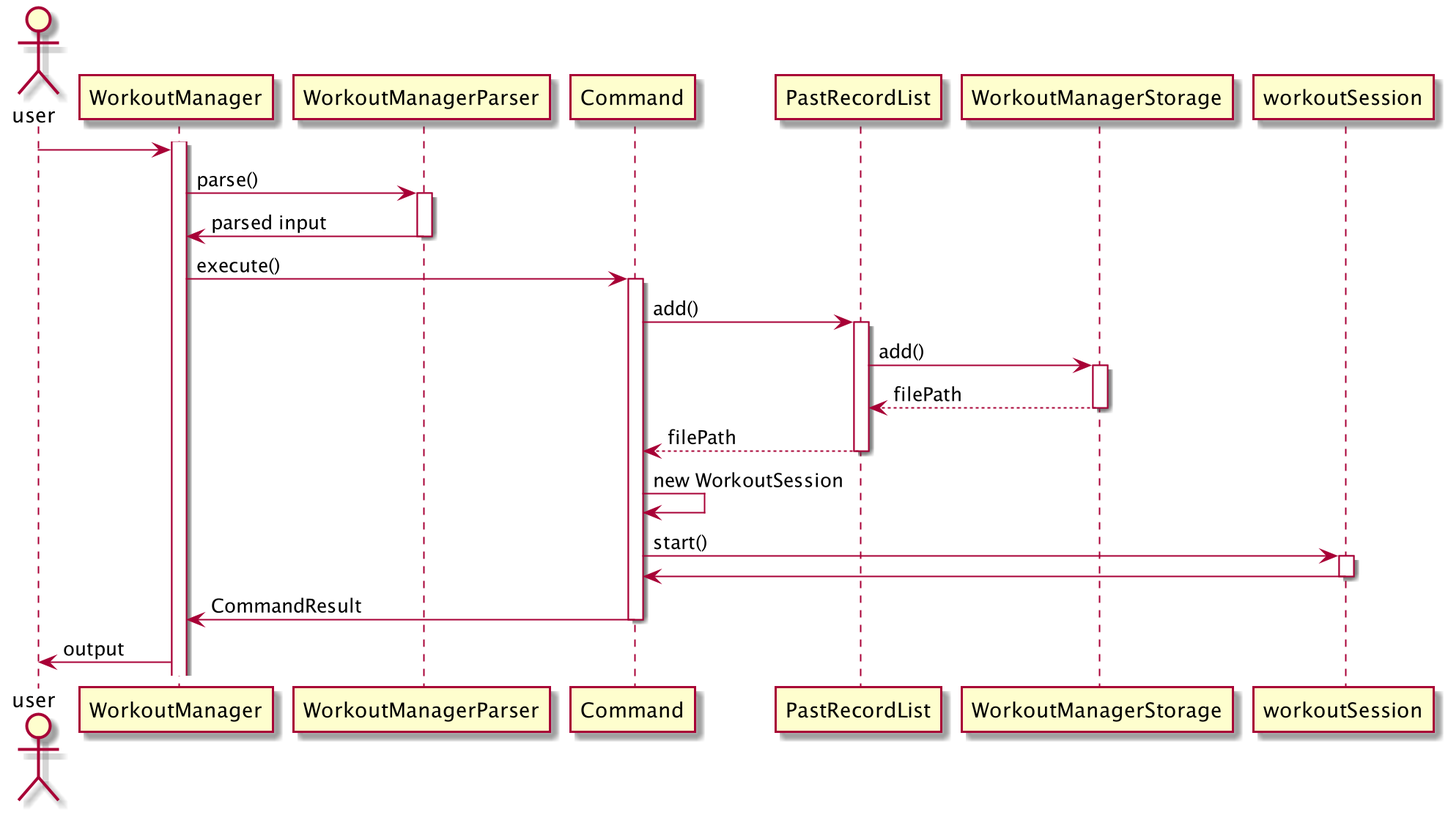
Before: docs/pictures/zesong/NewWS.png, a diagram exported from PlantUML (zsk612/tp).
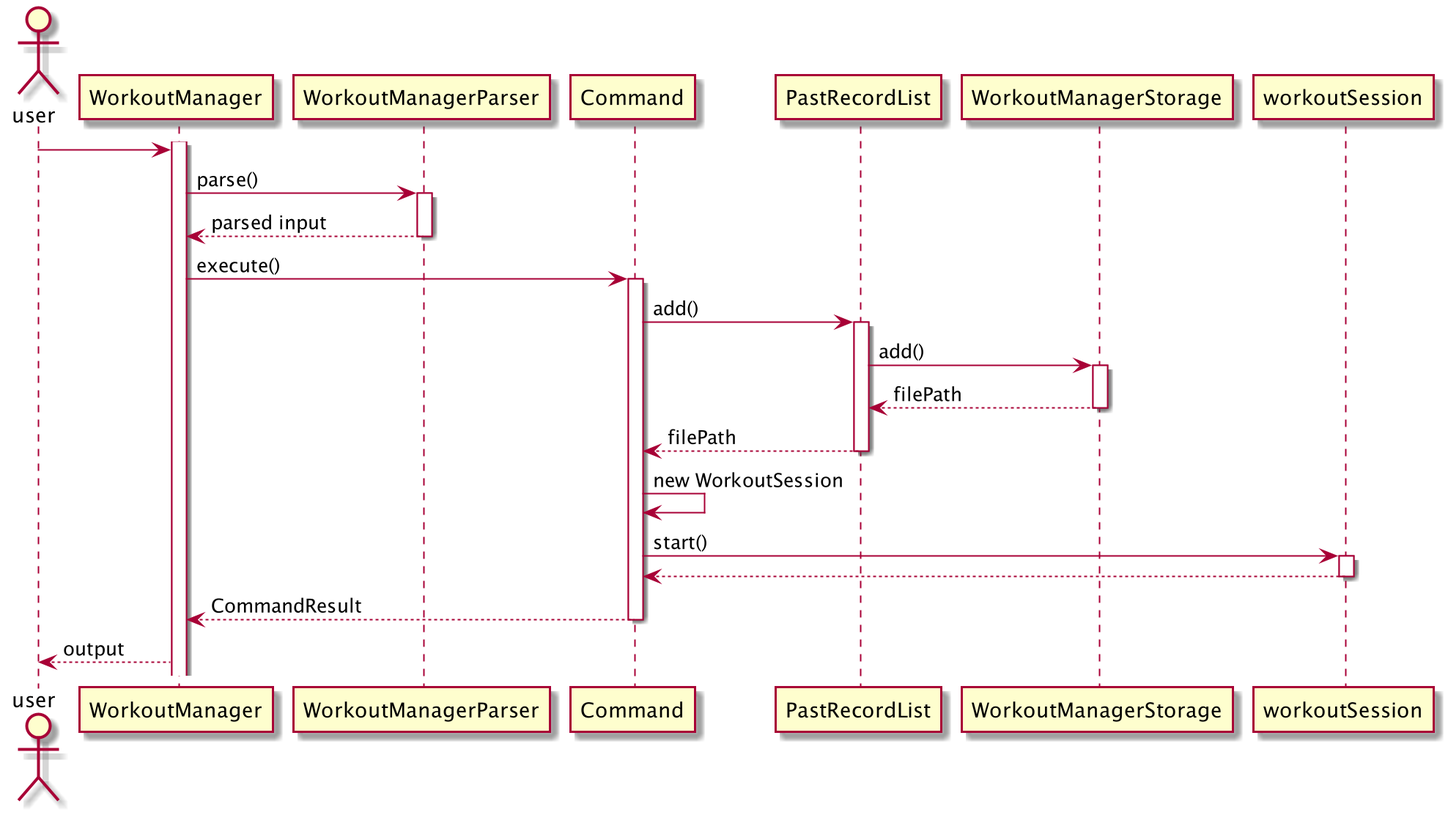
Above is the later version.

The edit, as a diff of the source:
```diff
@@ -4,7 +4,7 @@
 user -> WorkoutManager
 WorkoutManager -> WorkoutManagerParser : parse()
 activate WorkoutManagerParser
-WorkoutManagerParser -> WorkoutManager : parsed input
+WorkoutManagerParser --> WorkoutManager : parsed input
 deactivate WorkoutManagerParser
 
 WorkoutManager -> Command : execute()
@@ -24,12 +24,12 @@
 Command -> Command : new WorkoutSession
 Command -> workoutSession : start()
 activate workoutSession
-workoutSession -> Command
+workoutSession --> Command
 deactivate workoutSession
 
-Command -> WorkoutManager : CommandResult
+Command --> WorkoutManager : CommandResult
 deactivate Command
 
-WorkoutManager ->  user : output
+WorkoutManager -->  user : output
 
 @enduml
```
